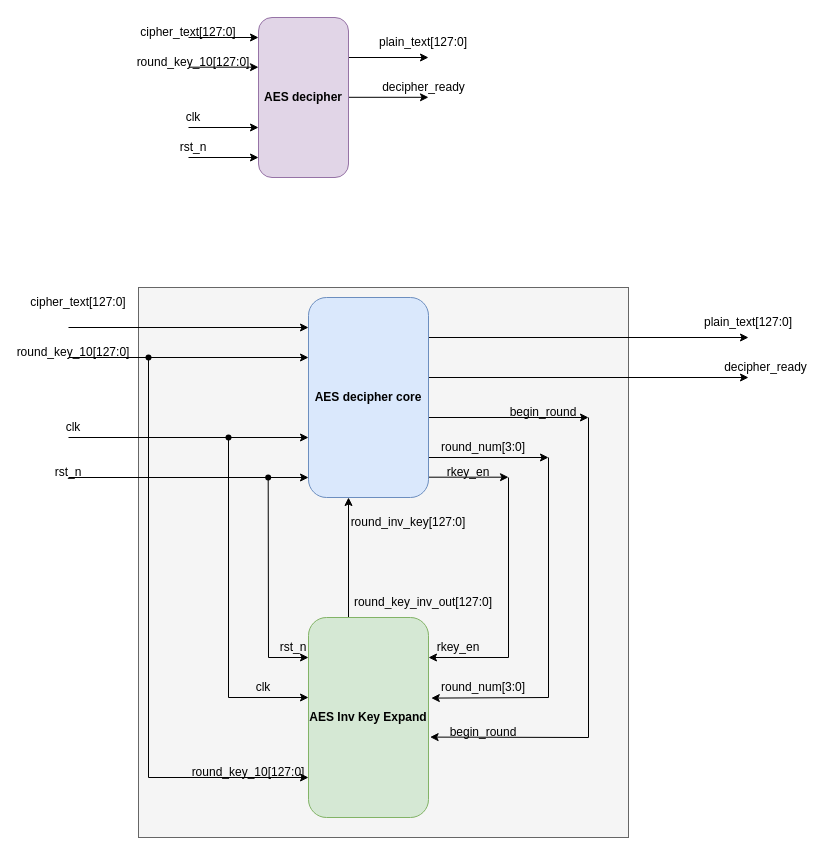
Before: page "AES Decipher high level block" (17 of 29) of AES128 Diagram.drawio in 106210049/AES-128, a draw.io diagram. Source tidied: cells renumbered, new cells numbered last; positions are measured from the earlier drawing's top-left corner, leaving out a move shared by most shapes. Both pictures are drawn from the tidied source at 100%, with x=0, y=0 at pixel (33, 17).
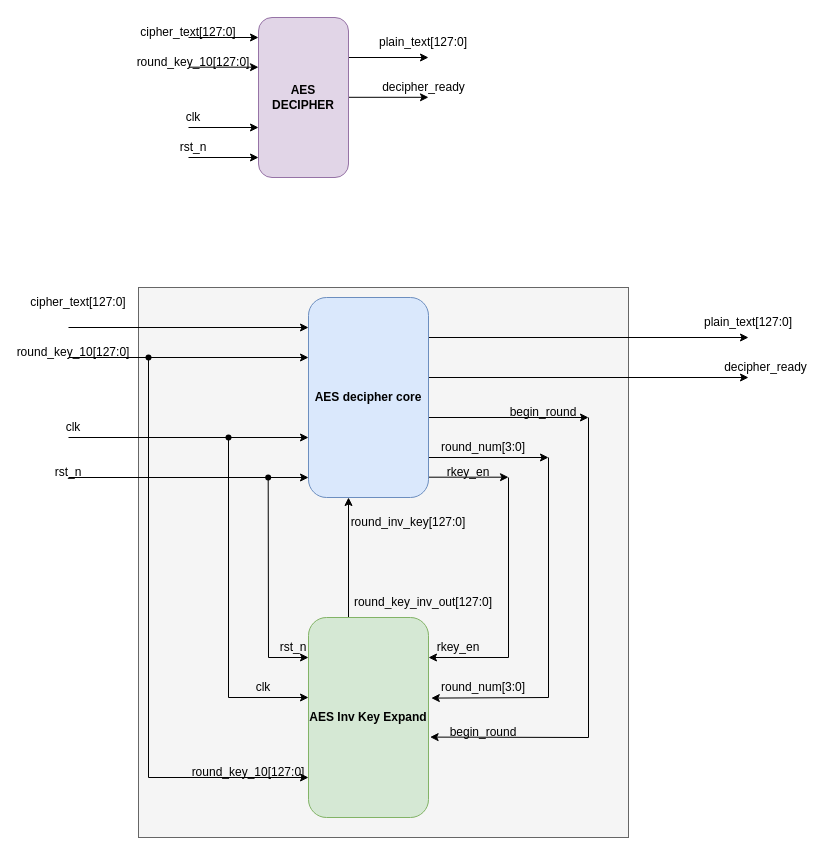
The same page after the edit.

Diff of the diagram source:
```diff
@@
-    <mxCell id="60" value="&lt;span style=&quot;font-weight: 700;&quot;&gt;AES decipher&lt;/span&gt;" style="rounded=1;whiteSpace=wrap;html=1;fillColor=#e1d5e7;strokeColor=#9673a6;" parent="1" vertex="1">
+    <mxCell id="60" value="&lt;span style=&quot;font-weight: 700;&quot;&gt;AES DECIPHER&lt;/span&gt;" style="rounded=1;whiteSpace=wrap;html=1;fillColor=#e1d5e7;strokeColor=#9673a6;" parent="1" vertex="1">
       <mxGeometry x="225" width="90" height="160" as="geometry" />
     </mxCell>
```
